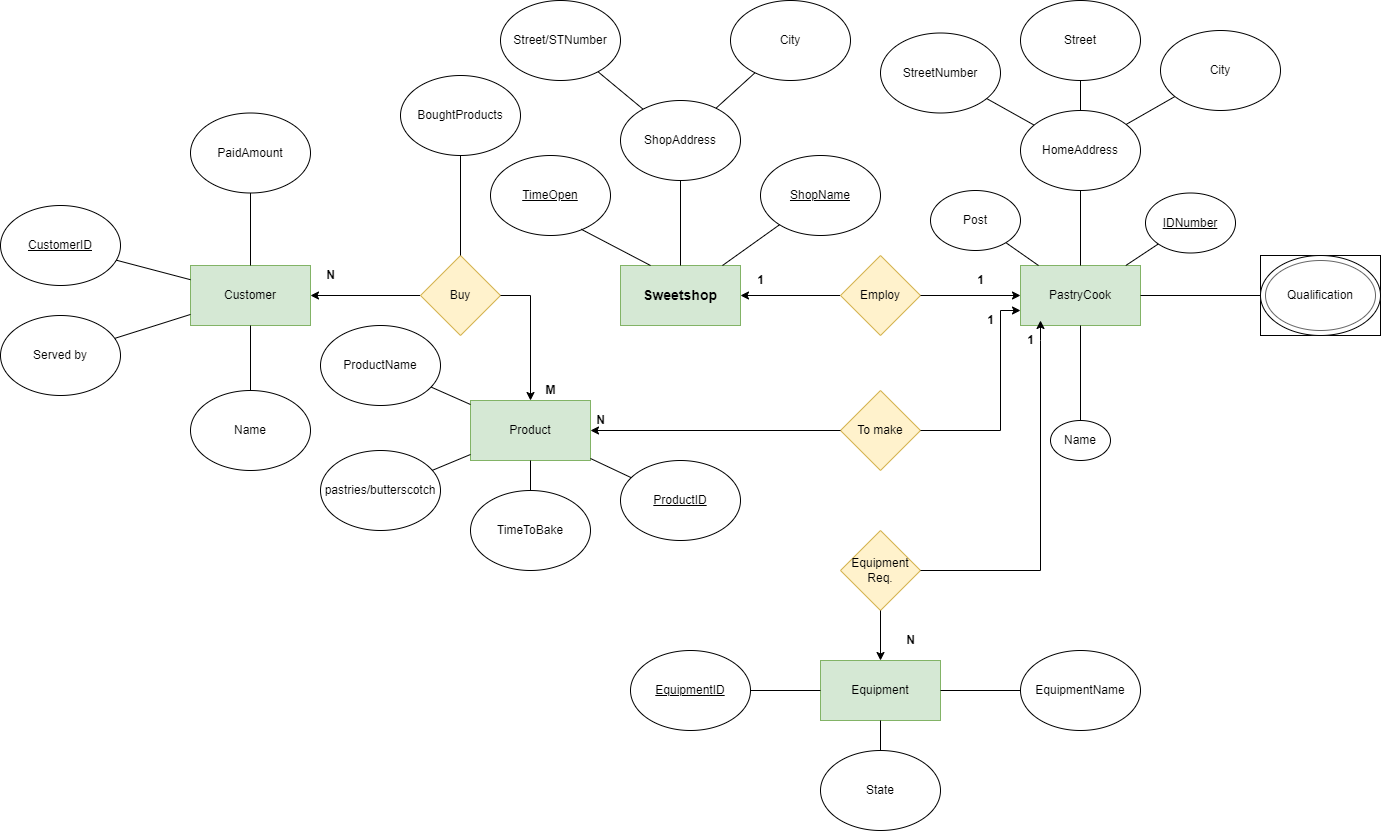
Hush1133/IWWD97_XML keeps this draw.io diagram as XMLCukrászdaIWWD97/erIWWD97.png. Above is the earlier version. Source tidied: cells renumbered, new cells last; positions are measured from the earlier drawing's top-left corner, leaving out a move shared by most shapes.
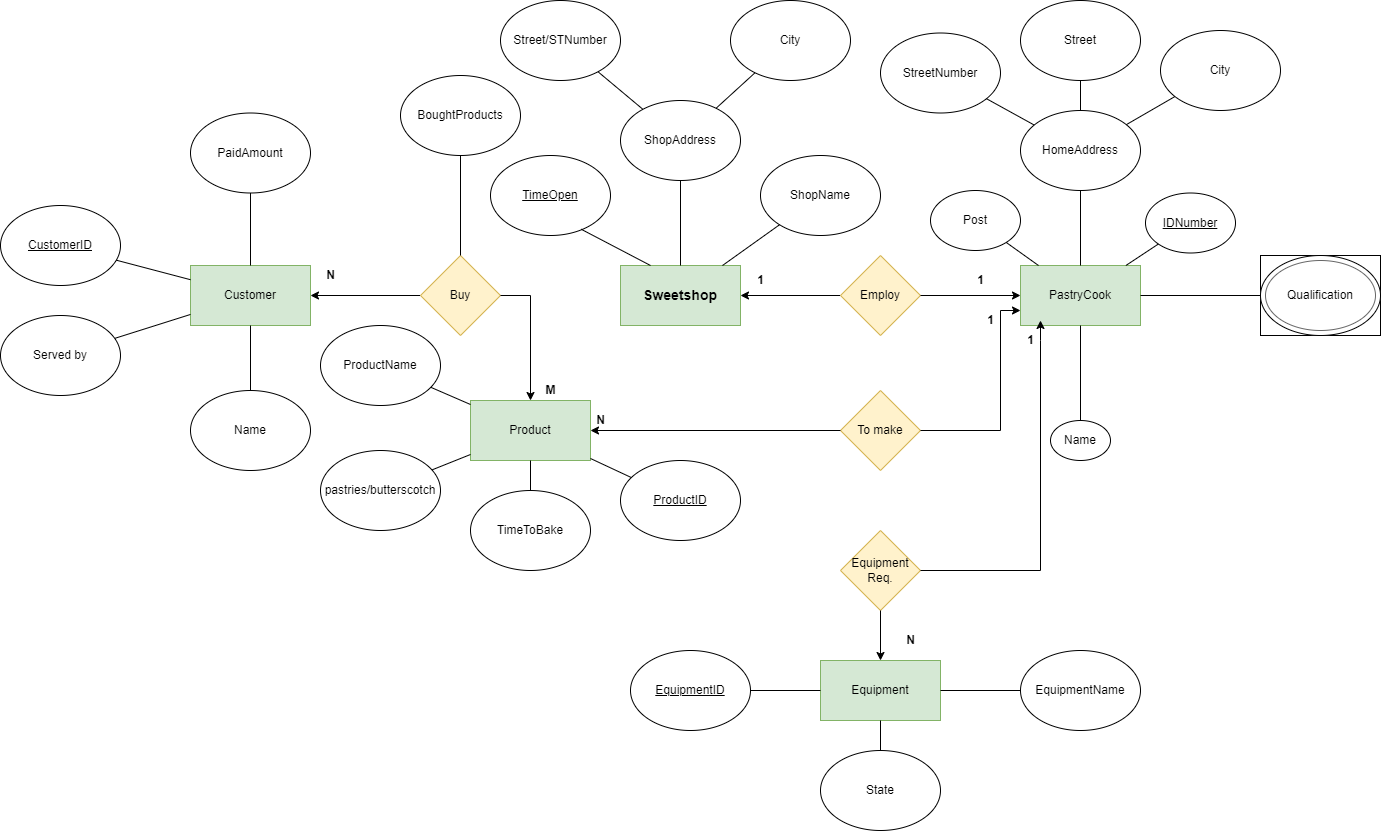
After the commit.

Diff of the diagram source:
```diff
@@ -151,7 +151,7 @@
     <mxCell id="49" style="endArrow=none;html=1;" parent="1" edge="1" source="48" target="13">
       <mxGeometry relative="1" as="geometry" />
     </mxCell>
-    <mxCell id="50" value="&lt;u&gt;ShopName&lt;/u&gt;" style="ellipse;whiteSpace=wrap;html=1;fillColor=none;" parent="1" vertex="1">
+    <mxCell id="50" value="ShopName" style="ellipse;whiteSpace=wrap;html=1;fillColor=none;" parent="1" vertex="1">
       <mxGeometry x="760" y="155" width="120" height="80" as="geometry" />
     </mxCell>
     <mxCell id="51" style="endArrow=none;html=1;" parent="1" edge="1" source="19" target="50">
```
